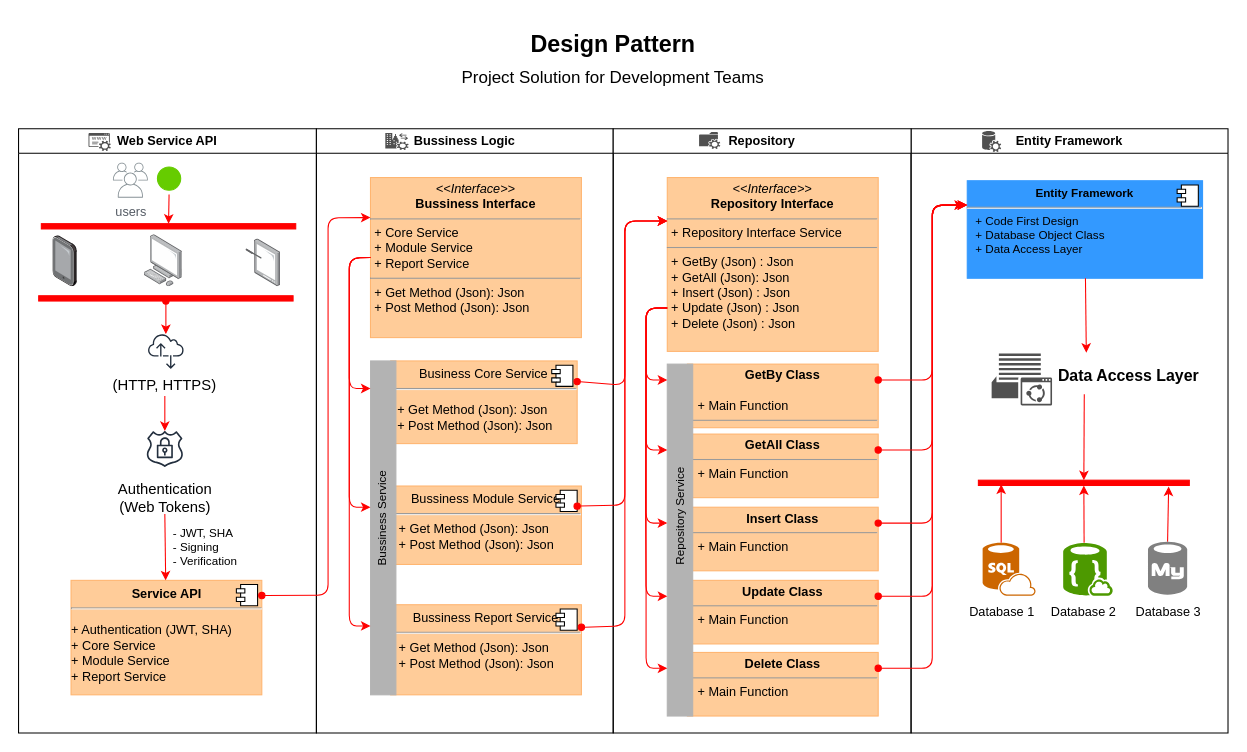
Earlier version of the draw.io diagram CPS Project Pattern Design Diagram.drawio (nirawat/Draw.IO.Project.Pattern.Design). Source tidied: cells renumbered, new cells numbered last; positions are measured from the earlier drawing's top-left corner, leaving out a move shared by most shapes. Both pictures are drawn from the tidied source at 106%, with x=0, y=0 at pixel (18, 18).
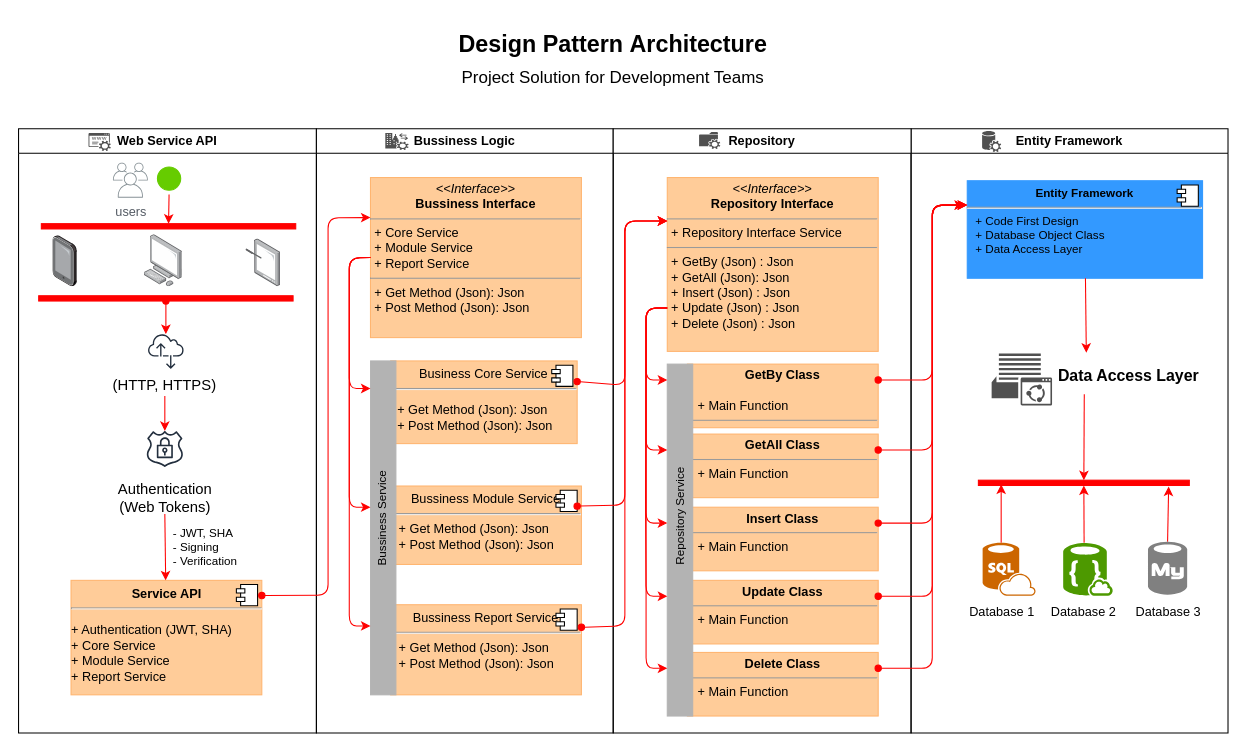
The same diagram, later.

Change to the diagram source:
```diff
@@
-    <mxCell id="69" value="Design Pattern" style="text;html=1;strokeColor=none;fillColor=none;align=center;verticalAlign=middle;whiteSpace=wrap;rounded=0;fontStyle=1;fontSize=22;" parent="1" vertex="1">
+    <mxCell id="69" value="Design Pattern&amp;nbsp;&lt;span&gt;Architecture&lt;/span&gt;" style="text;html=1;strokeColor=none;fillColor=none;align=center;verticalAlign=middle;whiteSpace=wrap;rounded=0;fontStyle=1;fontSize=22;" parent="1" vertex="1">
       <mxGeometry x="411" width="300" height="50" as="geometry" />
     </mxCell>
```
